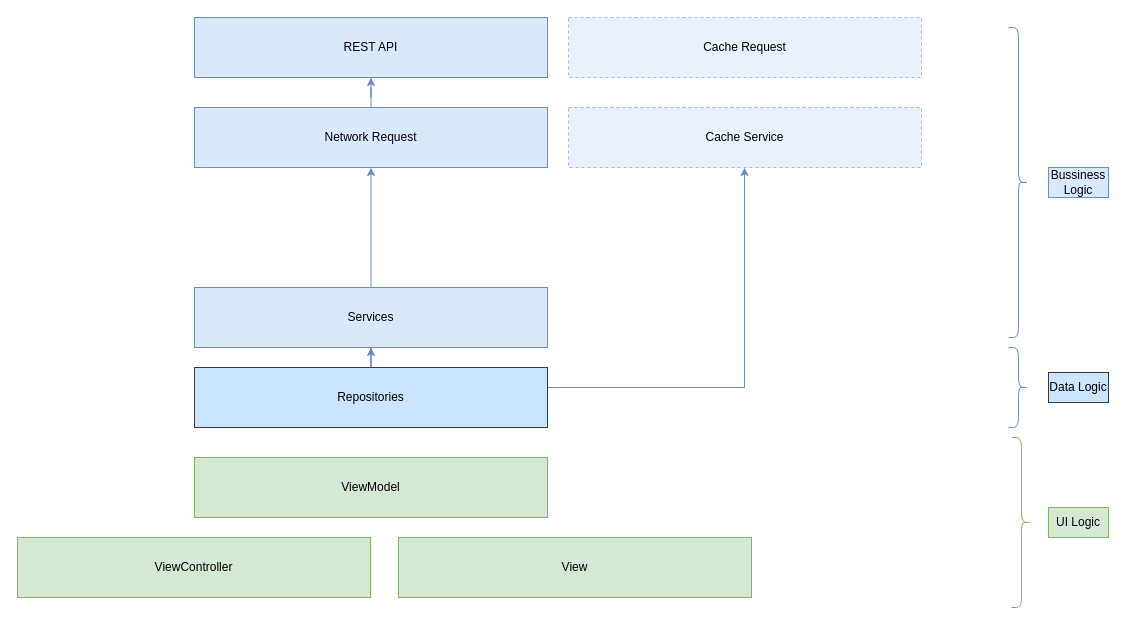
Above: Untitled Diagram.drawio in rozeridilar/Fictional-Album-Picker (draw.io), before the change. Source tidied: cells renumbered, new cells numbered last; positions are measured from the earlier drawing's top-left corner, leaving out a move shared by most shapes. Both pictures are drawn from the tidied source at 100%, with x=0, y=0 at pixel (17, 17).
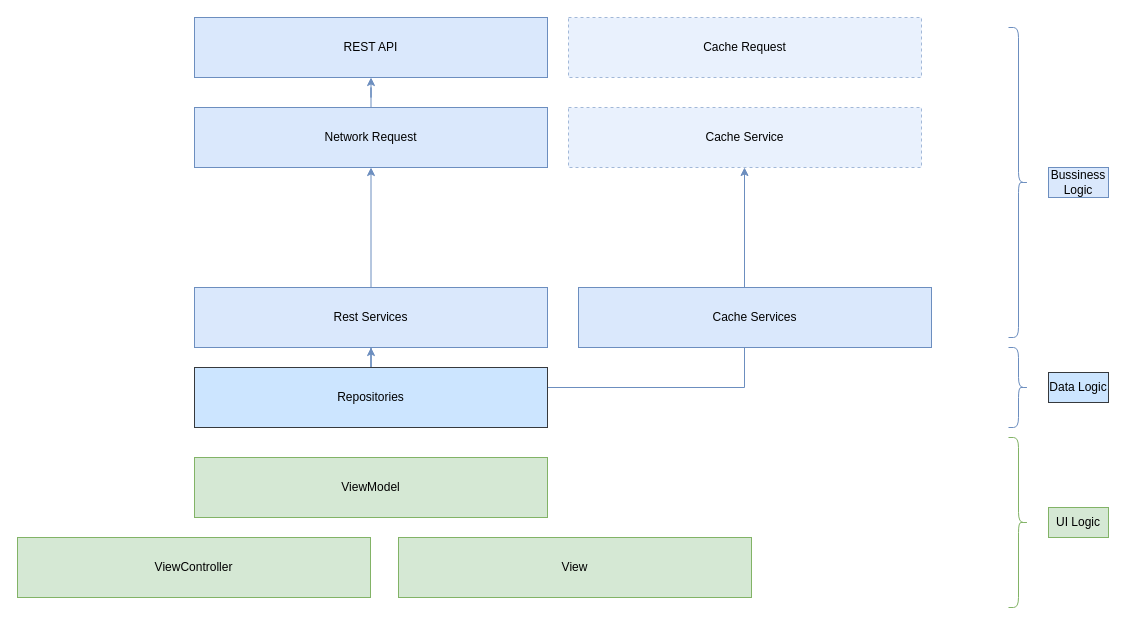
After the change.

What changed in the source:
```diff
@@
-    <mxCell id="8" value="Services" style="rounded=0;whiteSpace=wrap;html=1;fillColor=#dae8fc;strokeColor=#6c8ebf;" parent="1" vertex="1">
+    <mxCell id="8" value="Rest Services" style="rounded=0;whiteSpace=wrap;html=1;fillColor=#dae8fc;strokeColor=#6c8ebf;" parent="1" vertex="1">
       <mxGeometry x="177" y="270" width="353" height="60" as="geometry" />
     </mxCell>
@@
     <mxCell id="16" style="shape=curlyBracket;whiteSpace=wrap;html=1;rounded=1;flipH=1;labelPosition=right;verticalLabelPosition=middle;align=left;verticalAlign=middle;fillColor=#d5e8d4;strokeColor=#82b366;" parent="1" vertex="1">
-      <mxGeometry x="994" y="420" width="20" height="170" as="geometry" />
+      <mxGeometry x="991" y="420" width="20" height="170" as="geometry" />
     </mxCell>
@@
+    <mxCell id="21" value="Cache Services" style="rounded=0;whiteSpace=wrap;html=1;fillColor=#dae8fc;strokeColor=#6c8ebf;" parent="1" vertex="1">
+      <mxGeometry x="561" y="270" width="353" height="60" as="geometry" />
+    </mxCell>
```
